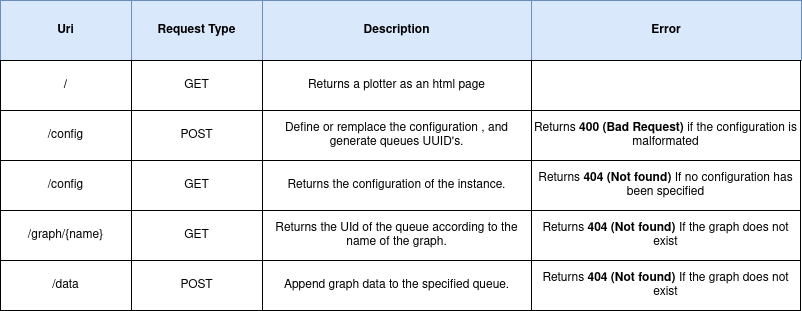
Before: Misc/api.png, a diagram exported from draw.io (gemoc/liviz). Source tidied: cells renumbered, new cells last; positions are measured from the earlier drawing's top-left corner, leaving out a move shared by most shapes.
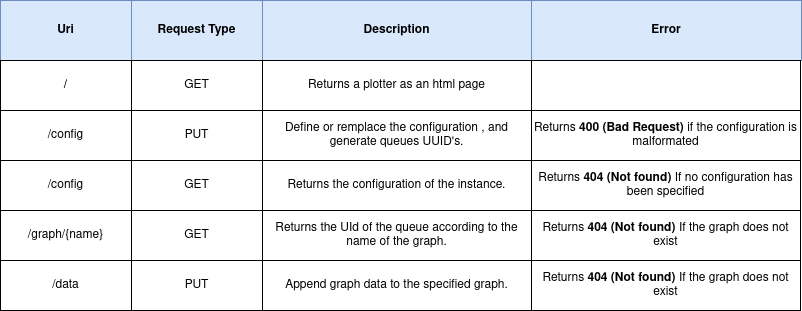
After the change.

Commit message:
Update API (PUT instead of POST)

What changed in the source:
```diff
@@ -23,7 +23,7 @@
     <mxCell id="8" value="/config" style="whiteSpace=wrap;html=1;fontFamily=Helvetica;fontStyle=0;" parent="1" vertex="1">
       <mxGeometry y="110" width="131" height="50" as="geometry" />
     </mxCell>
-    <mxCell id="9" value="POST" style="whiteSpace=wrap;html=1;fontFamily=Helvetica;fontStyle=0;" parent="1" vertex="1">
+    <mxCell id="9" value="PUT" style="whiteSpace=wrap;html=1;fontFamily=Helvetica;fontStyle=0;" parent="1" vertex="1">
       <mxGeometry x="131" y="110" width="131" height="50" as="geometry" />
     </mxCell>
     <mxCell id="10" value="Define or remplace the configuration , and generate queues UUID's. " style="whiteSpace=wrap;html=1;fontFamily=Helvetica;fontSize=12;fontStyle=0;" parent="1" vertex="1">
@@ -50,10 +50,10 @@
     <mxCell id="17" value="/data" style="whiteSpace=wrap;html=1;fontFamily=Helvetica;fontStyle=0;" parent="1" vertex="1">
       <mxGeometry y="260" width="131" height="50" as="geometry" />
     </mxCell>
-    <mxCell id="18" value="POST" style="whiteSpace=wrap;html=1;fontFamily=Helvetica;fontStyle=0;" parent="1" vertex="1">
+    <mxCell id="18" value="PUT" style="whiteSpace=wrap;html=1;fontFamily=Helvetica;fontStyle=0;" parent="1" vertex="1">
       <mxGeometry x="131" y="260" width="131" height="50" as="geometry" />
     </mxCell>
-    <mxCell id="19" value="Append graph data to the specified queue." style="whiteSpace=wrap;html=1;fontFamily=Helvetica;fontSize=12;fontStyle=0;" parent="1" vertex="1">
+    <mxCell id="19" value="Append graph data to the specified graph." style="whiteSpace=wrap;html=1;fontFamily=Helvetica;fontSize=12;fontStyle=0;" parent="1" vertex="1">
       <mxGeometry x="262" y="260" width="269" height="50" as="geometry" />
     </mxCell>
     <mxCell id="20" value="Error" style="whiteSpace=wrap;html=1;strokeWidth=1;fontFamily=Helvetica;fillColor=#dae8fc;strokeColor=#6c8ebf;fontStyle=1;" parent="1" vertex="1">
```
